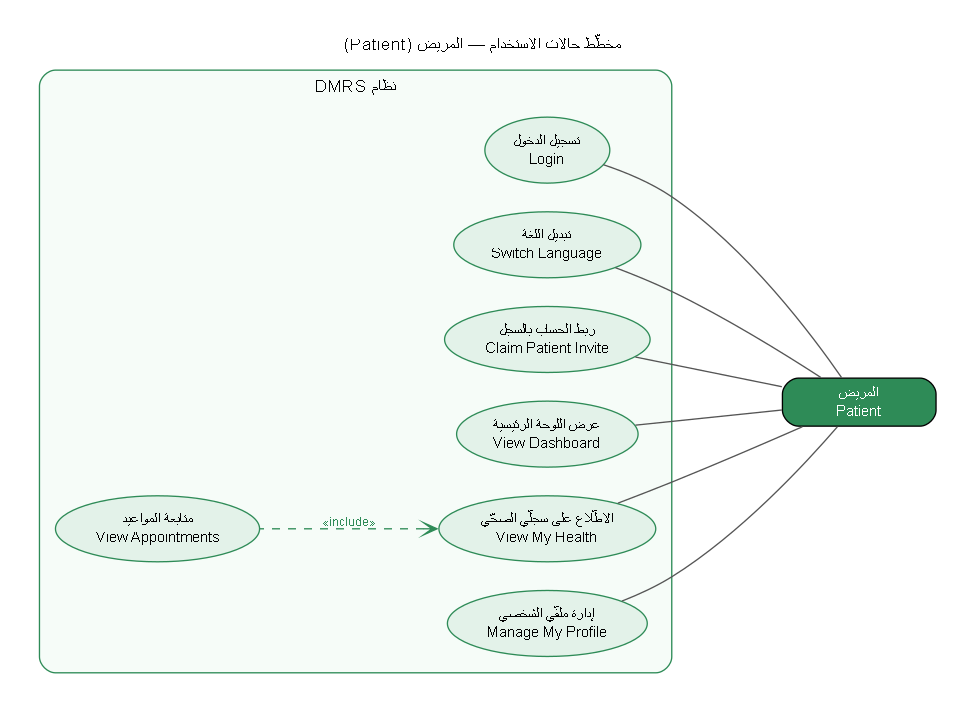
Above: docs/diagrams/usecase-patient.png in Khair69/DMRS (Graphviz), before the change. Its source is kept beside it as docs/diagrams/usecase-patient.dot.
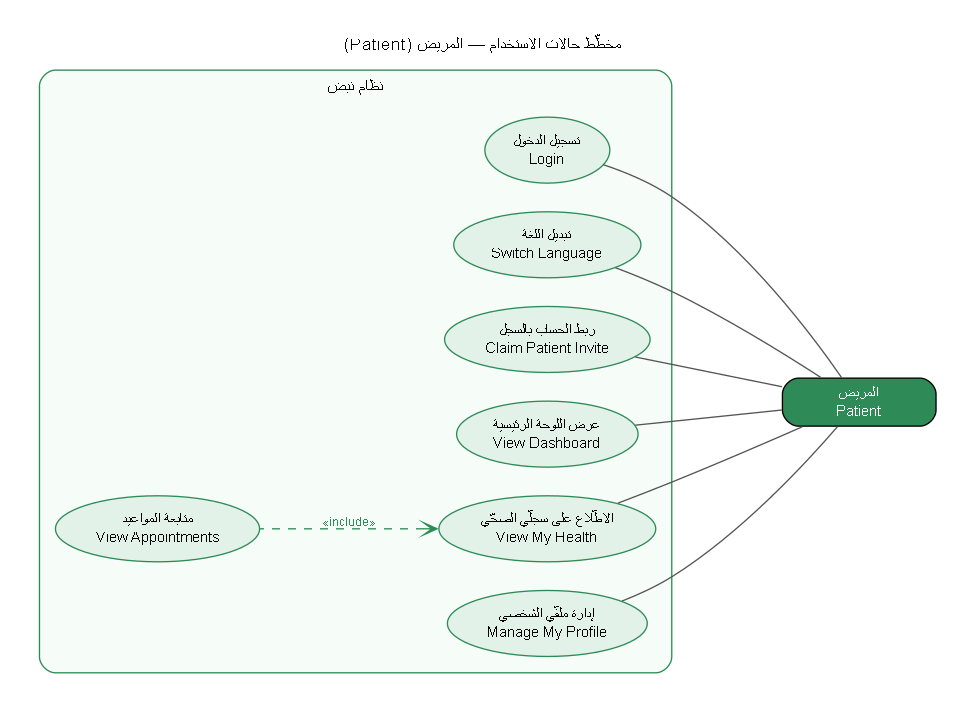
After the commit.

The edit, as a diff of the source:
```diff
@@ -9,7 +9,7 @@
          label="المريض\nPatient", width=1.6];
 
   subgraph cluster_sys {
-    label="نظام DMRS"; fontname="Arial"; fontsize=13; style="rounded"; color="#2E8B57"; bgcolor="#F6FCF8"; margin=12;
+    label="نظام نبض"; fontname="Arial"; fontsize=13; style="rounded"; color="#2E8B57"; bgcolor="#F6FCF8"; margin=12;
     node [shape=ellipse, style=filled, fillcolor="#E3F2E9", color="#2E8B57"];
 
     u_login [label="تسجيل الدخول\nLogin"];
```
